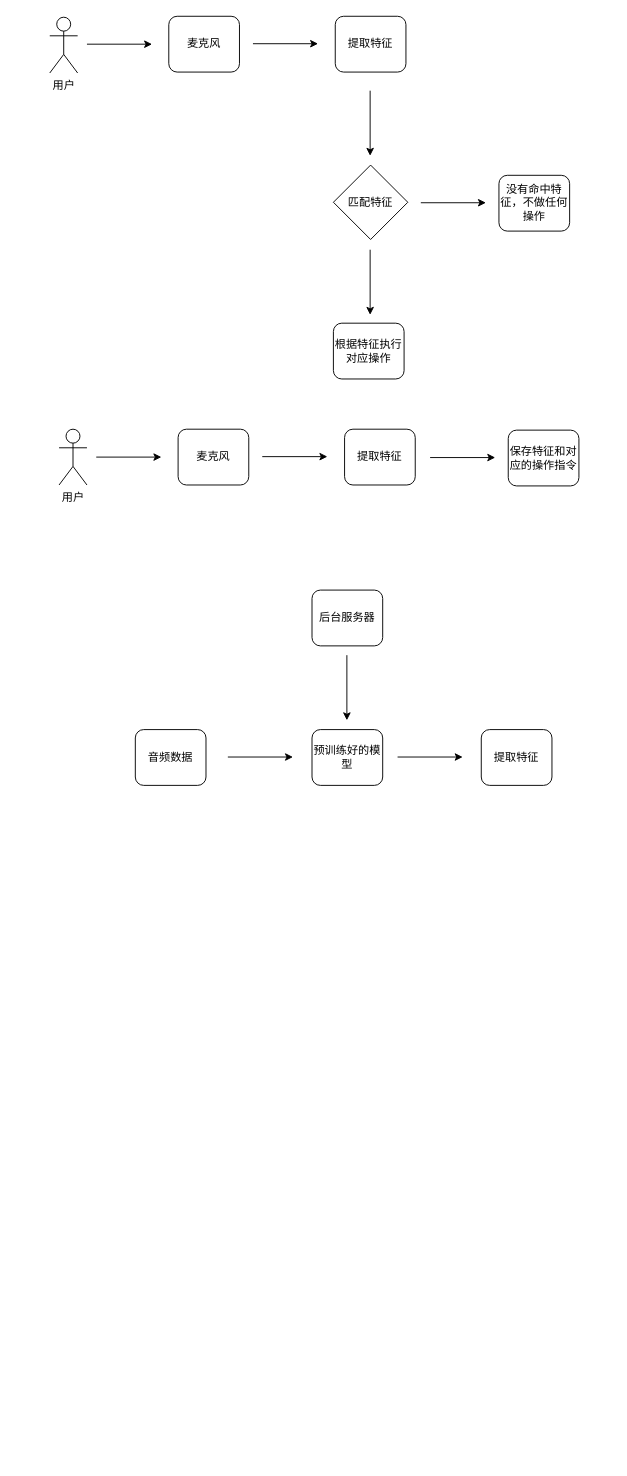
Earlier version of the draw.io diagram Untitled Diagram.drawio (threecome/AndroidWeb). Source tidied: cells renumbered, new cells numbered last; positions are measured from the earlier drawing's top-left corner, leaving out a move shared by most shapes. Both pictures are drawn from the tidied source at 93%, with x=0, y=0 at pixel (49, 16).
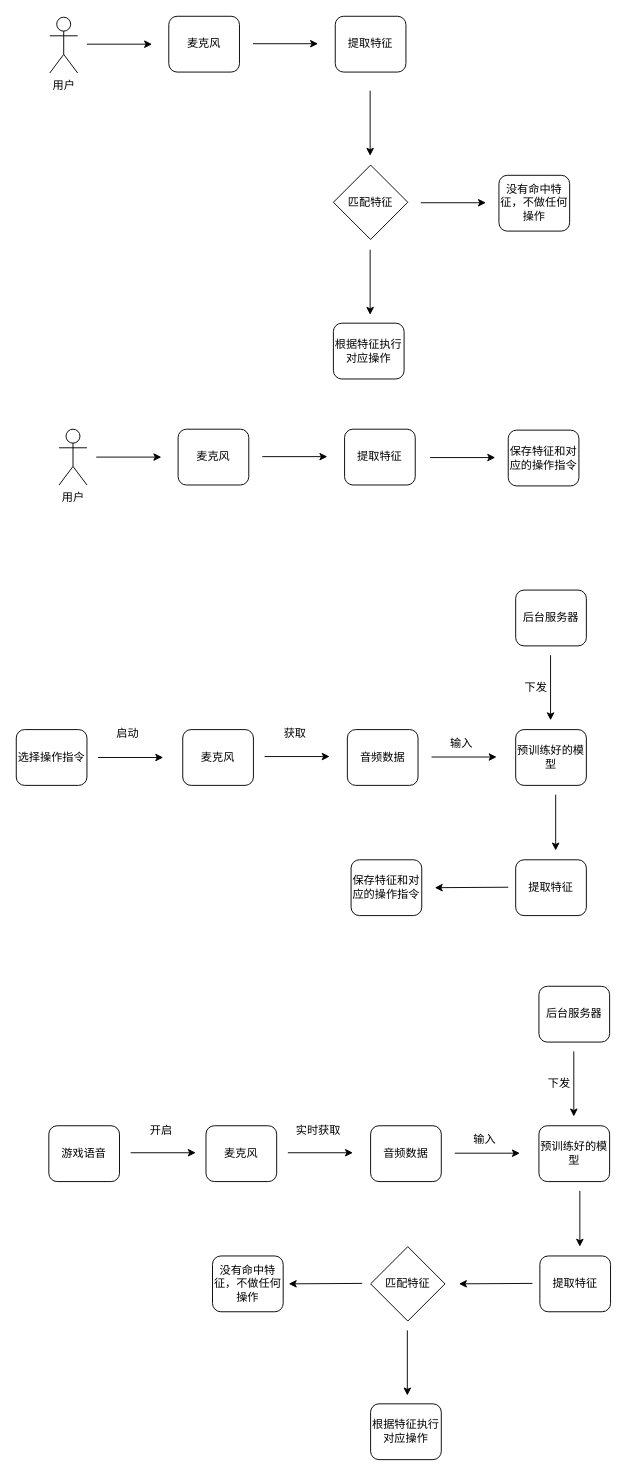
The same page after the edit.

Change to the diagram source:
```diff
@@
     <mxCell id="20" value="后台服务器" style="rounded=1;whiteSpace=wrap;html=1;" parent="1" vertex="1">
-      <mxGeometry x="282" y="617" width="76" height="60" as="geometry" />
+      <mxGeometry x="501" y="617" width="76" height="60" as="geometry" />
     </mxCell>
     <mxCell id="21" style="endArrow=classic;html=1;rounded=0;" parent="1" edge="1">
       <mxGeometry relative="1" as="geometry">
-        <mxPoint x="319.5" y="687" as="sourcePoint" />
-        <mxPoint x="319.5" y="757" as="targetPoint" />
+        <mxPoint x="538.5" y="687" as="sourcePoint" />
+        <mxPoint x="538.5" y="757" as="targetPoint" />
       </mxGeometry>
     </mxCell>
     <mxCell id="22" value="预训练好的模型" style="rounded=1;whiteSpace=wrap;html=1;" parent="1" vertex="1">
-      <mxGeometry x="282" y="767" width="76" height="60" as="geometry" />
+      <mxGeometry x="501" y="767" width="76" height="60" as="geometry" />
     </mxCell>
     <mxCell id="23" value="音频数据" style="rounded=1;whiteSpace=wrap;html=1;" parent="1" vertex="1">
-      <mxGeometry x="92" y="767" width="76" height="60" as="geometry" />
+      <mxGeometry x="320" y="767" width="76" height="60" as="geometry" />
     </mxCell>
     <mxCell id="24" style="endArrow=classic;html=1;rounded=0;" parent="1" edge="1">
       <mxGeometry relative="1" as="geometry">
-        <mxPoint x="191.5" y="796.5" as="sourcePoint" />
-        <mxPoint x="261.5" y="796.5" as="targetPoint" />
+        <mxPoint x="410.5" y="796.5" as="sourcePoint" />
+        <mxPoint x="480.5" y="796.5" as="targetPoint" />
       </mxGeometry>
     </mxCell>
     <mxCell id="25" value="提取特征" style="rounded=1;whiteSpace=wrap;html=1;" parent="1" vertex="1">
-      <mxGeometry x="464" y="767" width="76" height="60" as="geometry" />
+      <mxGeometry x="501" y="907" width="76" height="60" as="geometry" />
     </mxCell>
     <mxCell id="26" style="endArrow=classic;html=1;rounded=0;" parent="1" edge="1">
       <mxGeometry relative="1" as="geometry">
-        <mxPoint x="374" y="796.5" as="sourcePoint" />
-        <mxPoint x="444" y="796.5" as="targetPoint" />
+        <mxPoint x="544" y="837" as="sourcePoint" />
+        <mxPoint x="544" y="897" as="targetPoint" />
       </mxGeometry>
     </mxCell>
+    <mxCell id="27" value="下发" style="text;html=1;strokeColor=none;fillColor=none;align=center;verticalAlign=middle;whiteSpace=wrap;rounded=0;" parent="1" vertex="1">
+      <mxGeometry x="493" y="707" width="60" height="30" as="geometry" />
+    </mxCell>
+    <mxCell id="28" value="输入" style="text;html=1;strokeColor=none;fillColor=none;align=center;verticalAlign=middle;whiteSpace=wrap;rounded=0;" parent="1" vertex="1">
+      <mxGeometry x="413" y="767" width="60" height="30" as="geometry" />
+    </mxCell>
+    <mxCell id="29" value="选择操作指令" style="rounded=1;whiteSpace=wrap;html=1;" parent="1" vertex="1">
+      <mxGeometry x="-36" y="767" width="76" height="60" as="geometry" />
+    </mxCell>
+    <mxCell id="30" style="endArrow=classic;html=1;rounded=0;" parent="1" edge="1">
+      <mxGeometry relative="1" as="geometry">
+        <mxPoint x="52" y="797" as="sourcePoint" />
+        <mxPoint x="122" y="797" as="targetPoint" />
+      </mxGeometry>
+    </mxCell>
+    <mxCell id="31" value="麦克风" style="rounded=1;whiteSpace=wrap;html=1;" parent="1" vertex="1">
+      <mxGeometry x="143" y="767" width="76" height="60" as="geometry" />
+    </mxCell>
+    <mxCell id="32" style="endArrow=classic;html=1;rounded=0;" parent="1" edge="1">
+      <mxGeometry relative="1" as="geometry">
+        <mxPoint x="231" y="796" as="sourcePoint" />
+        <mxPoint x="301" y="796" as="targetPoint" />
+      </mxGeometry>
+    </mxCell>
+    <mxCell id="33" value="启动" style="text;html=1;strokeColor=none;fillColor=none;align=center;verticalAlign=middle;whiteSpace=wrap;rounded=0;" parent="1" vertex="1">
+      <mxGeometry x="54" y="757" width="60" height="30" as="geometry" />
+    </mxCell>
+    <mxCell id="34" value="获取" style="text;html=1;strokeColor=none;fillColor=none;align=center;verticalAlign=middle;whiteSpace=wrap;rounded=0;" parent="1" vertex="1">
+      <mxGeometry x="234" y="757" width="60" height="30" as="geometry" />
+    </mxCell>
+    <mxCell id="35" style="endArrow=classic;html=1;rounded=0;" parent="1" edge="1">
+      <mxGeometry relative="1" as="geometry">
+        <mxPoint x="493" y="936.5" as="sourcePoint" />
+        <mxPoint x="414" y="937" as="targetPoint" />
+      </mxGeometry>
+    </mxCell>
+    <mxCell id="36" value="保存特征和对应的操作指令" style="rounded=1;whiteSpace=wrap;html=1;" parent="1" vertex="1">
+      <mxGeometry x="324" y="907" width="76" height="60" as="geometry" />
+    </mxCell>
+    <mxCell id="37" value="后台服务器" style="rounded=1;whiteSpace=wrap;html=1;" parent="1" vertex="1">
+      <mxGeometry x="526" y="1043" width="76" height="60" as="geometry" />
+    </mxCell>
+    <mxCell id="38" style="endArrow=classic;html=1;rounded=0;" parent="1" edge="1">
+      <mxGeometry relative="1" as="geometry">
+        <mxPoint x="563.5" y="1113" as="sourcePoint" />
+        <mxPoint x="563.5" y="1183" as="targetPoint" />
+      </mxGeometry>
+    </mxCell>
+    <mxCell id="39" value="预训练好的模型" style="rounded=1;whiteSpace=wrap;html=1;" parent="1" vertex="1">
+      <mxGeometry x="526" y="1193" width="76" height="60" as="geometry" />
+    </mxCell>
+    <mxCell id="40" value="音频数据" style="rounded=1;whiteSpace=wrap;html=1;" parent="1" vertex="1">
+      <mxGeometry x="345" y="1193" width="76" height="60" as="geometry" />
+    </mxCell>
+    <mxCell id="41" style="endArrow=classic;html=1;rounded=0;" parent="1" edge="1">
+      <mxGeometry relative="1" as="geometry">
+        <mxPoint x="435.5" y="1222.5" as="sourcePoint" />
+        <mxPoint x="505.5" y="1222.5" as="targetPoint" />
+      </mxGeometry>
+    </mxCell>
+    <mxCell id="42" value="下发" style="text;html=1;strokeColor=none;fillColor=none;align=center;verticalAlign=middle;whiteSpace=wrap;rounded=0;" parent="1" vertex="1">
+      <mxGeometry x="518" y="1133" width="60" height="30" as="geometry" />
+    </mxCell>
+    <mxCell id="43" value="输入" style="text;html=1;strokeColor=none;fillColor=none;align=center;verticalAlign=middle;whiteSpace=wrap;rounded=0;" parent="1" vertex="1">
+      <mxGeometry x="438" y="1193" width="60" height="30" as="geometry" />
+    </mxCell>
+    <mxCell id="44" value="麦克风" style="rounded=1;whiteSpace=wrap;html=1;" parent="1" vertex="1">
+      <mxGeometry x="168" y="1193" width="76" height="60" as="geometry" />
+    </mxCell>
+    <mxCell id="45" style="endArrow=classic;html=1;rounded=0;" parent="1" edge="1">
+      <mxGeometry relative="1" as="geometry">
+        <mxPoint x="256" y="1222" as="sourcePoint" />
+        <mxPoint x="326" y="1222" as="targetPoint" />
+      </mxGeometry>
+    </mxCell>
+    <mxCell id="46" value="实时获取" style="text;html=1;strokeColor=none;fillColor=none;align=center;verticalAlign=middle;whiteSpace=wrap;rounded=0;" parent="1" vertex="1">
+      <mxGeometry x="259" y="1183" width="60" height="30" as="geometry" />
+    </mxCell>
+    <mxCell id="47" value="游戏语音" style="rounded=1;whiteSpace=wrap;html=1;" parent="1" vertex="1">
+      <mxGeometry x="-1" y="1193" width="76" height="60" as="geometry" />
+    </mxCell>
+    <mxCell id="48" style="endArrow=classic;html=1;rounded=0;" parent="1" edge="1">
+      <mxGeometry relative="1" as="geometry">
+        <mxPoint x="87" y="1222" as="sourcePoint" />
+        <mxPoint x="157" y="1222" as="targetPoint" />
+      </mxGeometry>
+    </mxCell>
+    <mxCell id="49" value="开启" style="text;html=1;strokeColor=none;fillColor=none;align=center;verticalAlign=middle;whiteSpace=wrap;rounded=0;" parent="1" vertex="1">
+      <mxGeometry x="90" y="1183" width="60" height="30" as="geometry" />
+    </mxCell>
+    <mxCell id="50" value="提取特征" style="rounded=1;whiteSpace=wrap;html=1;" parent="1" vertex="1">
+      <mxGeometry x="527" y="1333" width="76" height="60" as="geometry" />
+    </mxCell>
+    <mxCell id="51" style="endArrow=classic;html=1;rounded=0;" parent="1" edge="1">
+      <mxGeometry relative="1" as="geometry">
+        <mxPoint x="570" y="1263" as="sourcePoint" />
+        <mxPoint x="570" y="1323" as="targetPoint" />
+      </mxGeometry>
+    </mxCell>
+    <mxCell id="52" style="endArrow=classic;html=1;rounded=0;" parent="1" edge="1">
+      <mxGeometry relative="1" as="geometry">
+        <mxPoint x="519" y="1362.5" as="sourcePoint" />
+        <mxPoint x="440" y="1363" as="targetPoint" />
+      </mxGeometry>
+    </mxCell>
+    <mxCell id="53" value="匹配特征" style="rhombus;whiteSpace=wrap;html=1;" parent="1" vertex="1">
+      <mxGeometry x="345" y="1323" width="80" height="80" as="geometry" />
+    </mxCell>
+    <mxCell id="54" value="没有命中特征，不做任何操作" style="rounded=1;whiteSpace=wrap;html=1;" parent="1" vertex="1">
+      <mxGeometry x="175" y="1333" width="76" height="60" as="geometry" />
+    </mxCell>
+    <mxCell id="55" style="endArrow=classic;html=1;rounded=0;" parent="1" edge="1">
+      <mxGeometry relative="1" as="geometry">
+        <mxPoint x="336" y="1362.5" as="sourcePoint" />
+        <mxPoint x="257" y="1363" as="targetPoint" />
+      </mxGeometry>
+    </mxCell>
+    <mxCell id="56" style="endArrow=classic;html=1;rounded=0;" parent="1" edge="1">
+      <mxGeometry relative="1" as="geometry">
+        <mxPoint x="384.5" y="1413" as="sourcePoint" />
+        <mxPoint x="384.5" y="1483" as="targetPoint" />
+      </mxGeometry>
+    </mxCell>
+    <mxCell id="57" value="根据特征执行对应操作" style="rounded=1;whiteSpace=wrap;html=1;" parent="1" vertex="1">
+      <mxGeometry x="345" y="1492" width="76" height="60" as="geometry" />
+    </mxCell>
```
